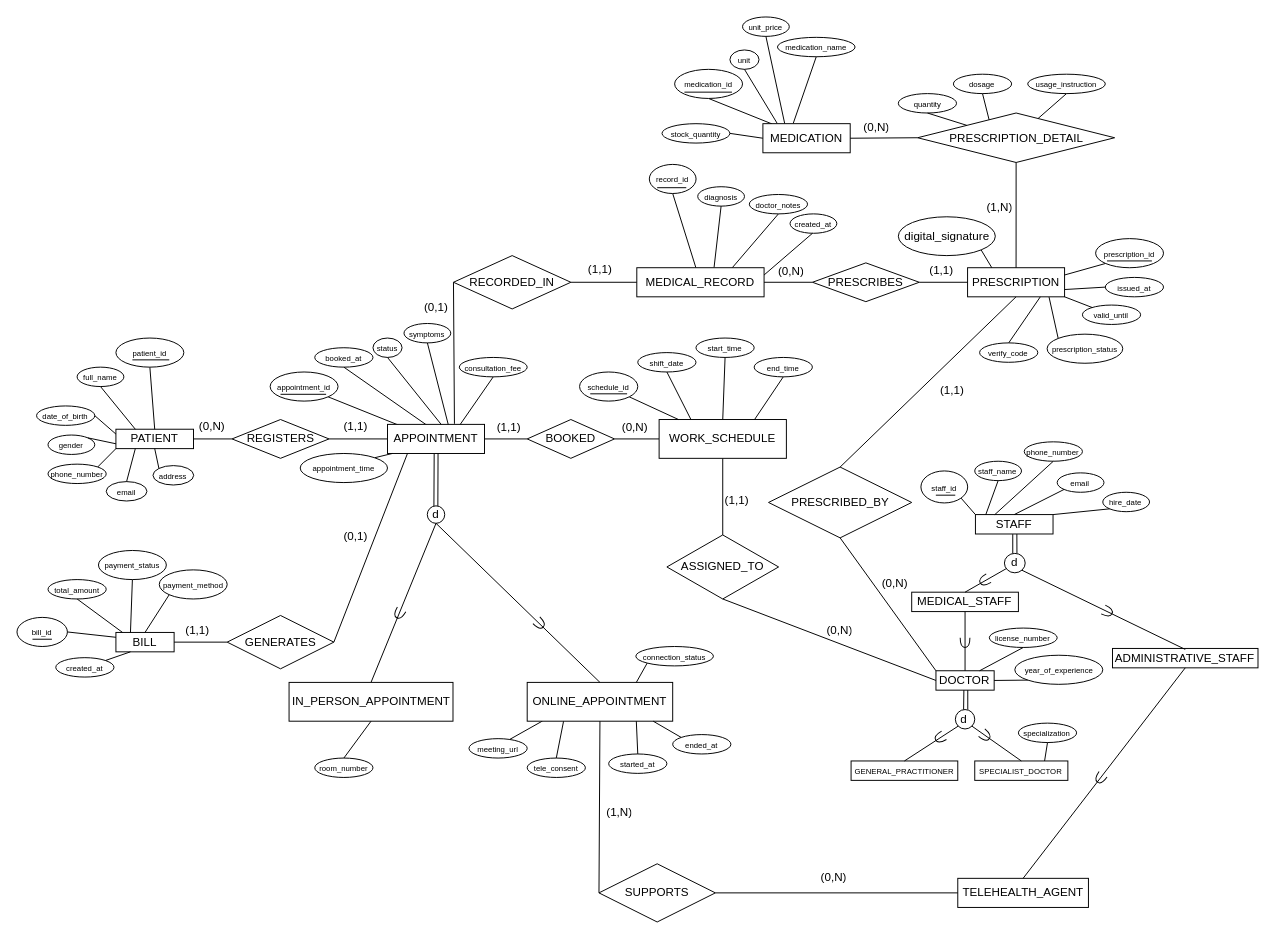
The draw.io diagram Telemedicine_EERD_Design-02.drawio in Cinzogoni/Database_Telemedicine, before the edit. Source tidied: cells renumbered, new cells numbered last; positions are measured from the earlier drawing's top-left corner, leaving out a move shared by most shapes. Both pictures are drawn from the tidied source at 97%, with x=0, y=0 at pixel (16, 16).
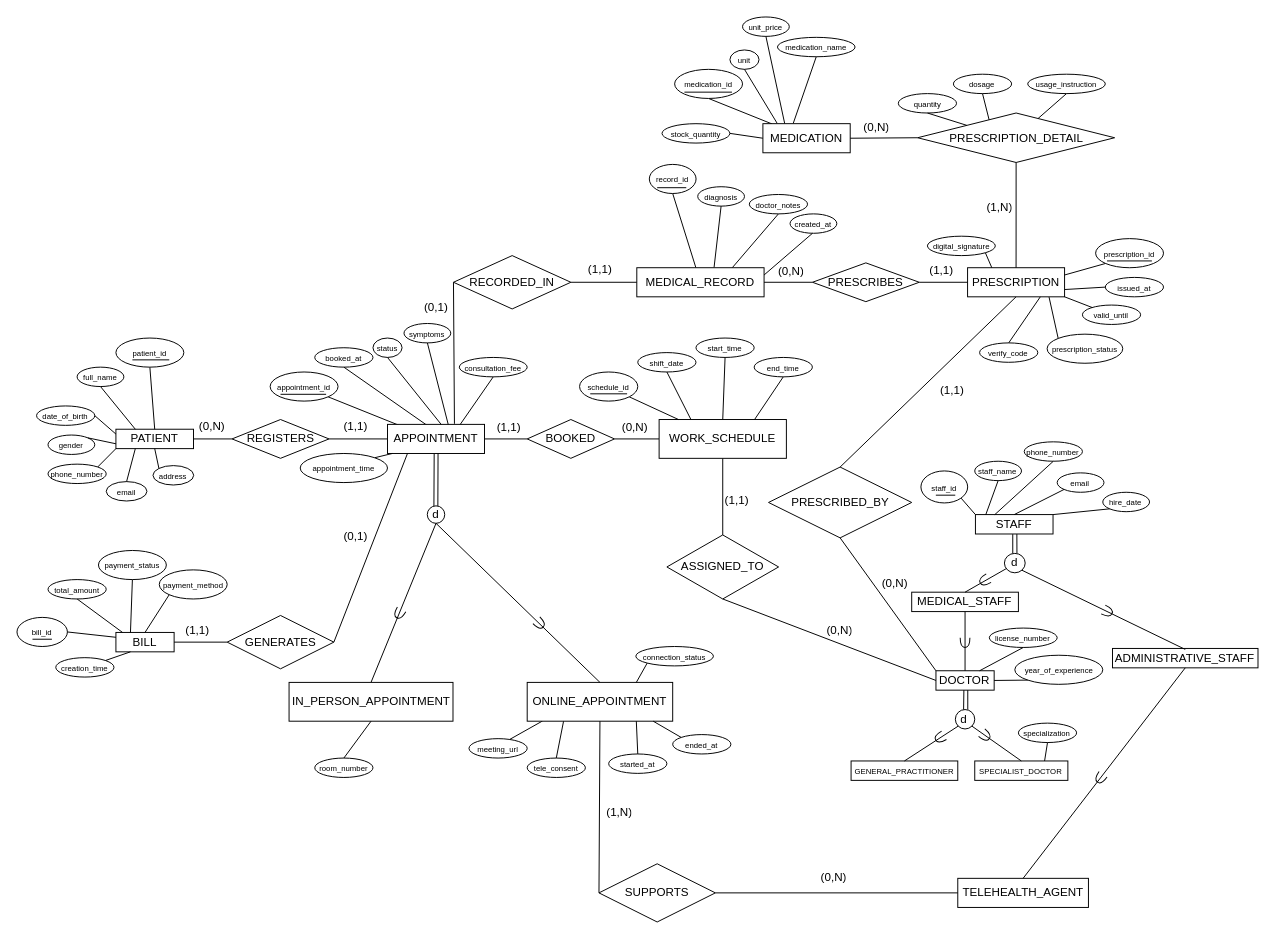
The same diagram, later.

Commit message (it also covers changes not shown here):
Phase 1: pending analysis. Phase 2: EERD to RS, pending database normalization

Diff of the diagram source:
```diff
@@
-    <mxCell id="111" value="&lt;font style=&quot;font-size: 8px;&quot;&gt;created_at&lt;/font&gt;" style="ellipse;whiteSpace=wrap;html=1;align=center;" parent="1" vertex="1">
+    <mxCell id="111" value="&lt;font style=&quot;font-size: 8px;&quot;&gt;creation_time&lt;/font&gt;" style="ellipse;whiteSpace=wrap;html=1;align=center;" parent="1" vertex="1">
       <mxGeometry x="40" y="660.5" width="60" height="20" as="geometry" />
     </mxCell>
@@
-    <mxCell id="198" value="digital_signature" style="ellipse;whiteSpace=wrap;html=1;align=center;" parent="1" vertex="1">
-      <mxGeometry x="908.6" y="206" width="100" height="40" as="geometry" />
+    <mxCell id="198" value="&lt;font style=&quot;font-size: 8px;&quot;&gt;digital_signature&lt;/font&gt;" style="ellipse;whiteSpace=wrap;html=1;align=center;" parent="1" vertex="1">
+      <mxGeometry x="938.6" y="226" width="70" height="20" as="geometry" />
     </mxCell>
```
